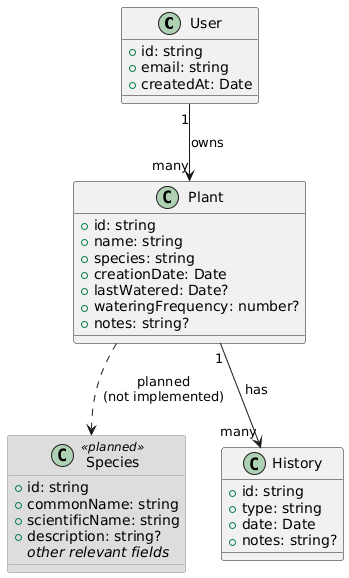
Before: docs/database/erd.png, a diagram exported from PlantUML (Michela-M/the-plant-project).
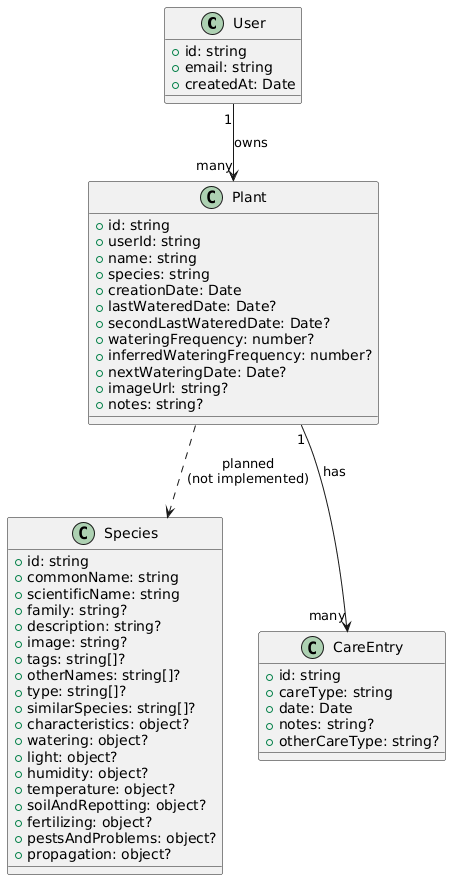
The same diagram one commit later.

Commit message:
Update data model: refine Plant and Species entities, add CareEntry model, and enhance documentation

The edit, as a diff of the source:
```diff
@@ -13,32 +13,52 @@
 
 class Plant {
   +id: string
+  +userId: string
   +name: string
   +species: string
   +creationDate: Date
-  +lastWatered: Date?
+  +lastWateredDate: Date?
+  +secondLastWateredDate: Date?
   +wateringFrequency: number?
+  +inferredWateringFrequency: number?
+  +nextWateringDate: Date?
+  +imageUrl: string?
   +notes: string?
 }
 
-class Species <<planned>> {
+class Species {
   +id: string
   +commonName: string
   +scientificName: string
+  +family: string?
   +description: string?
-  //other relevant fields//
+  +image: string?
+  +tags: string[]?
+  +otherNames: string[]?
+  +type: string[]?
+  +similarSpecies: string[]?
+  +characteristics: object?
+  +watering: object?
+  +light: object?
+  +humidity: object?
+  +temperature: object?
+  +soilAndRepotting: object?
+  +fertilizing: object?
+  +pestsAndProblems: object?
+  +propagation: object?
 }
 
-class History {
+class CareEntry {
   +id: string
-  +type: string
+  +careType: string
   +date: Date
   +notes: string?
+  +otherCareType: string?
 }
 
 
 User "1" --> "many" Plant : owns
-Plant "1" --> "many" History : has
+Plant "1" --> "many" CareEntry : has
 
 
 Plant ..> Species : planned\n(not implemented)
```
